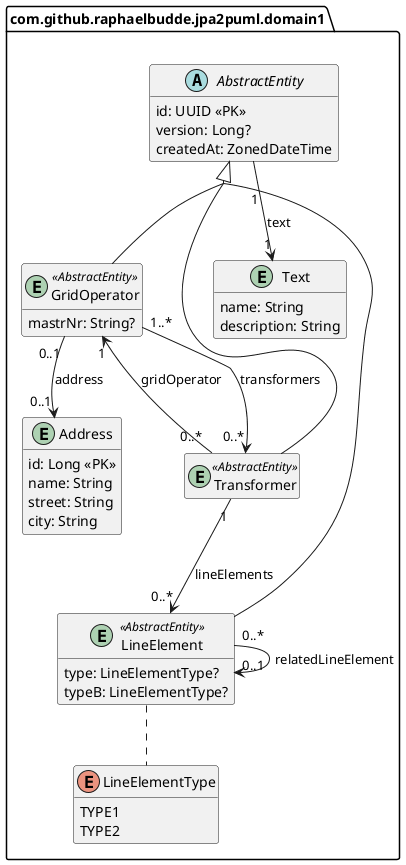
The PlantUML diagram images/domain1-full.png in raphaelbudde/jpa2puml, before a commit. Source of this version:
```plantuml
@startuml

!pragma useIntermediatePackages false
hide methods
hide empty fields
skinparam groupInheritance 2

abstract com.github.raphaelbudde.jpa2puml.domain1.AbstractEntity {
  id: UUID <<PK>>
  version: Long?
  createdAt: ZonedDateTime
}

entity com.github.raphaelbudde.jpa2puml.domain1.Address {
  id: Long <<PK>>
  name: String
  street: String
  city: String
}

entity com.github.raphaelbudde.jpa2puml.domain1.GridOperator <<AbstractEntity>> {
  mastrNr: String?
}

entity com.github.raphaelbudde.jpa2puml.domain1.LineElement <<AbstractEntity>> {
  type: LineElementType?
  typeB: LineElementType?
}

entity com.github.raphaelbudde.jpa2puml.domain1.Text {
  name: String
  description: String
}

entity com.github.raphaelbudde.jpa2puml.domain1.Transformer <<AbstractEntity>> {

}

enum com.github.raphaelbudde.jpa2puml.domain1.LineElementType {
  TYPE1
  TYPE2
}

com.github.raphaelbudde.jpa2puml.domain1.AbstractEntity "1" --> "1" com.github.raphaelbudde.jpa2puml.domain1.Text : text
com.github.raphaelbudde.jpa2puml.domain1.GridOperator "0..1" --> "0..1" com.github.raphaelbudde.jpa2puml.domain1.Address : address
com.github.raphaelbudde.jpa2puml.domain1.GridOperator "1..*" --> "0..*" com.github.raphaelbudde.jpa2puml.domain1.Transformer : transformers
com.github.raphaelbudde.jpa2puml.domain1.GridOperator -up-|> com.github.raphaelbudde.jpa2puml.domain1.AbstractEntity
com.github.raphaelbudde.jpa2puml.domain1.LineElement "0..*" --> "0..1" com.github.raphaelbudde.jpa2puml.domain1.LineElement : relatedLineElement
com.github.raphaelbudde.jpa2puml.domain1.LineElement -up-|> com.github.raphaelbudde.jpa2puml.domain1.AbstractEntity
com.github.raphaelbudde.jpa2puml.domain1.LineElement .. com.github.raphaelbudde.jpa2puml.domain1.LineElementType
com.github.raphaelbudde.jpa2puml.domain1.Transformer "0..*" --> "1" com.github.raphaelbudde.jpa2puml.domain1.GridOperator : gridOperator
com.github.raphaelbudde.jpa2puml.domain1.Transformer "1" --> "0..*" com.github.raphaelbudde.jpa2puml.domain1.LineElement : lineElements
com.github.raphaelbudde.jpa2puml.domain1.Transformer -up-|> com.github.raphaelbudde.jpa2puml.domain1.AbstractEntity

@enduml
```
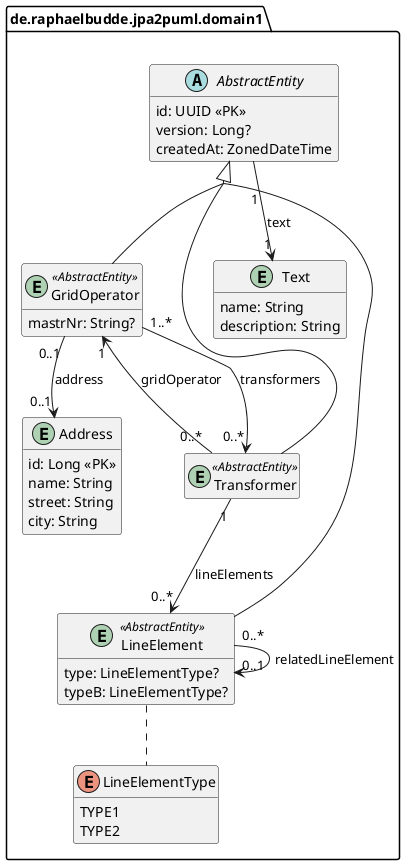
The same file after the commit.

What changed in the source:
```diff
@@ -5,51 +5,51 @@
 hide empty fields
 skinparam groupInheritance 2
 
-abstract com.github.raphaelbudde.jpa2puml.domain1.AbstractEntity {
+abstract de.raphaelbudde.jpa2puml.domain1.AbstractEntity {
   id: UUID <<PK>>
   version: Long?
   createdAt: ZonedDateTime
 }
 
-entity com.github.raphaelbudde.jpa2puml.domain1.Address {
+entity de.raphaelbudde.jpa2puml.domain1.Address {
   id: Long <<PK>>
   name: String
   street: String
   city: String
 }
 
-entity com.github.raphaelbudde.jpa2puml.domain1.GridOperator <<AbstractEntity>> {
+entity de.raphaelbudde.jpa2puml.domain1.GridOperator <<AbstractEntity>> {
   mastrNr: String?
 }
 
-entity com.github.raphaelbudde.jpa2puml.domain1.LineElement <<AbstractEntity>> {
+entity de.raphaelbudde.jpa2puml.domain1.LineElement <<AbstractEntity>> {
   type: LineElementType?
   typeB: LineElementType?
 }
 
-entity com.github.raphaelbudde.jpa2puml.domain1.Text {
+entity de.raphaelbudde.jpa2puml.domain1.Text {
   name: String
   description: String
 }
 
-entity com.github.raphaelbudde.jpa2puml.domain1.Transformer <<AbstractEntity>> {
+entity de.raphaelbudde.jpa2puml.domain1.Transformer <<AbstractEntity>> {
 
 }
 
-enum com.github.raphaelbudde.jpa2puml.domain1.LineElementType {
+enum de.raphaelbudde.jpa2puml.domain1.LineElementType {
   TYPE1
   TYPE2
 }
 
-com.github.raphaelbudde.jpa2puml.domain1.AbstractEntity "1" --> "1" com.github.raphaelbudde.jpa2puml.domain1.Text : text
-com.github.raphaelbudde.jpa2puml.domain1.GridOperator "0..1" --> "0..1" com.github.raphaelbudde.jpa2puml.domain1.Address : address
-com.github.raphaelbudde.jpa2puml.domain1.GridOperator "1..*" --> "0..*" com.github.raphaelbudde.jpa2puml.domain1.Transformer : transformers
-com.github.raphaelbudde.jpa2puml.domain1.GridOperator -up-|> com.github.raphaelbudde.jpa2puml.domain1.AbstractEntity
-com.github.raphaelbudde.jpa2puml.domain1.LineElement "0..*" --> "0..1" com.github.raphaelbudde.jpa2puml.domain1.LineElement : relatedLineElement
-com.github.raphaelbudde.jpa2puml.domain1.LineElement -up-|> com.github.raphaelbudde.jpa2puml.domain1.AbstractEntity
-com.github.raphaelbudde.jpa2puml.domain1.LineElement .. com.github.raphaelbudde.jpa2puml.domain1.LineElementType
-com.github.raphaelbudde.jpa2puml.domain1.Transformer "0..*" --> "1" com.github.raphaelbudde.jpa2puml.domain1.GridOperator : gridOperator
-com.github.raphaelbudde.jpa2puml.domain1.Transformer "1" --> "0..*" com.github.raphaelbudde.jpa2puml.domain1.LineElement : lineElements
-com.github.raphaelbudde.jpa2puml.domain1.Transformer -up-|> com.github.raphaelbudde.jpa2puml.domain1.AbstractEntity
+de.raphaelbudde.jpa2puml.domain1.AbstractEntity "1" --> "1" de.raphaelbudde.jpa2puml.domain1.Text : text
+de.raphaelbudde.jpa2puml.domain1.GridOperator "0..1" --> "0..1" de.raphaelbudde.jpa2puml.domain1.Address : address
+de.raphaelbudde.jpa2puml.domain1.GridOperator "1..*" --> "0..*" de.raphaelbudde.jpa2puml.domain1.Transformer : transformers
+de.raphaelbudde.jpa2puml.domain1.GridOperator -up-|> de.raphaelbudde.jpa2puml.domain1.AbstractEntity
+de.raphaelbudde.jpa2puml.domain1.LineElement "0..*" --> "0..1" de.raphaelbudde.jpa2puml.domain1.LineElement : relatedLineElement
+de.raphaelbudde.jpa2puml.domain1.LineElement -up-|> de.raphaelbudde.jpa2puml.domain1.AbstractEntity
+de.raphaelbudde.jpa2puml.domain1.LineElement .. de.raphaelbudde.jpa2puml.domain1.LineElementType
+de.raphaelbudde.jpa2puml.domain1.Transformer "0..*" --> "1" de.raphaelbudde.jpa2puml.domain1.GridOperator : gridOperator
+de.raphaelbudde.jpa2puml.domain1.Transformer "1" --> "0..*" de.raphaelbudde.jpa2puml.domain1.LineElement : lineElements
+de.raphaelbudde.jpa2puml.domain1.Transformer -up-|> de.raphaelbudde.jpa2puml.domain1.AbstractEntity
 
 @enduml
```
